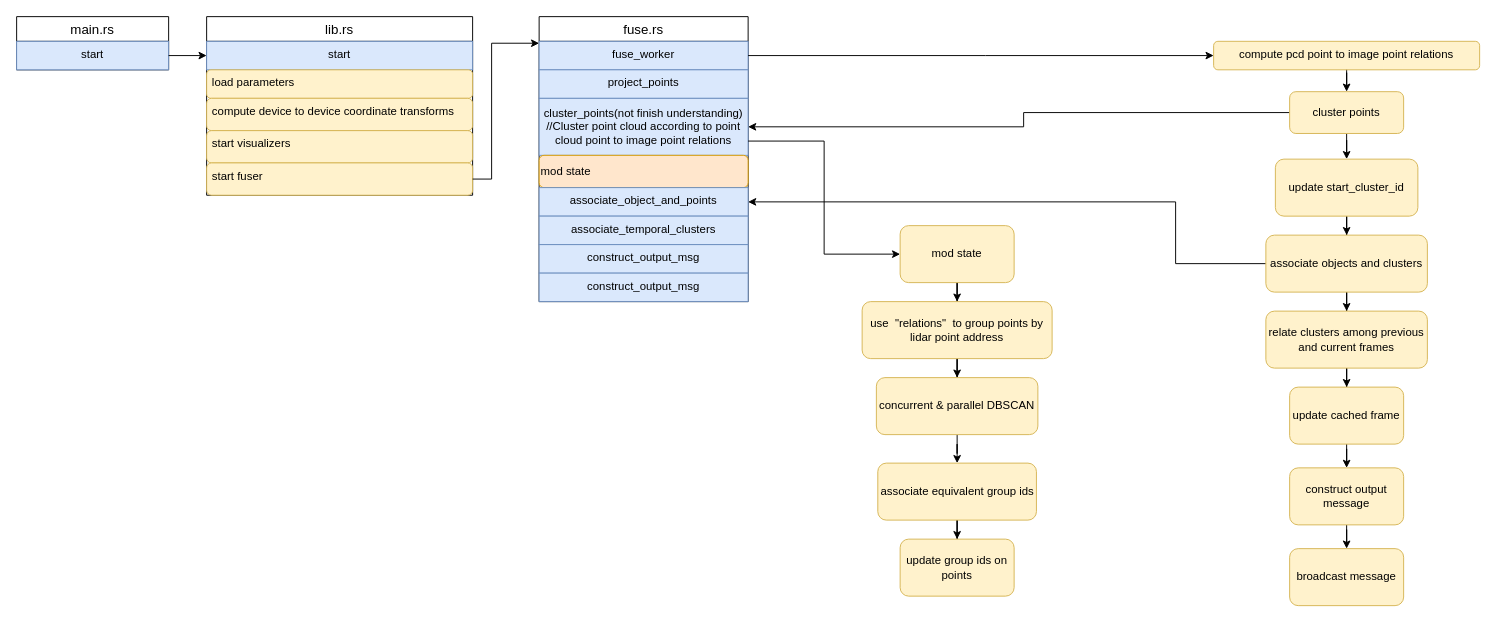
Earlier version of the draw.io diagram sensor_fuse.drawio (YueChuCheng/Wayside_draw). Source tidied: cells renumbered, new cells numbered last; positions are measured from the earlier drawing's top-left corner, leaving out a move shared by most shapes. Both pictures are drawn from the tidied source at 95%, with x=0, y=0 at pixel (16, 16).
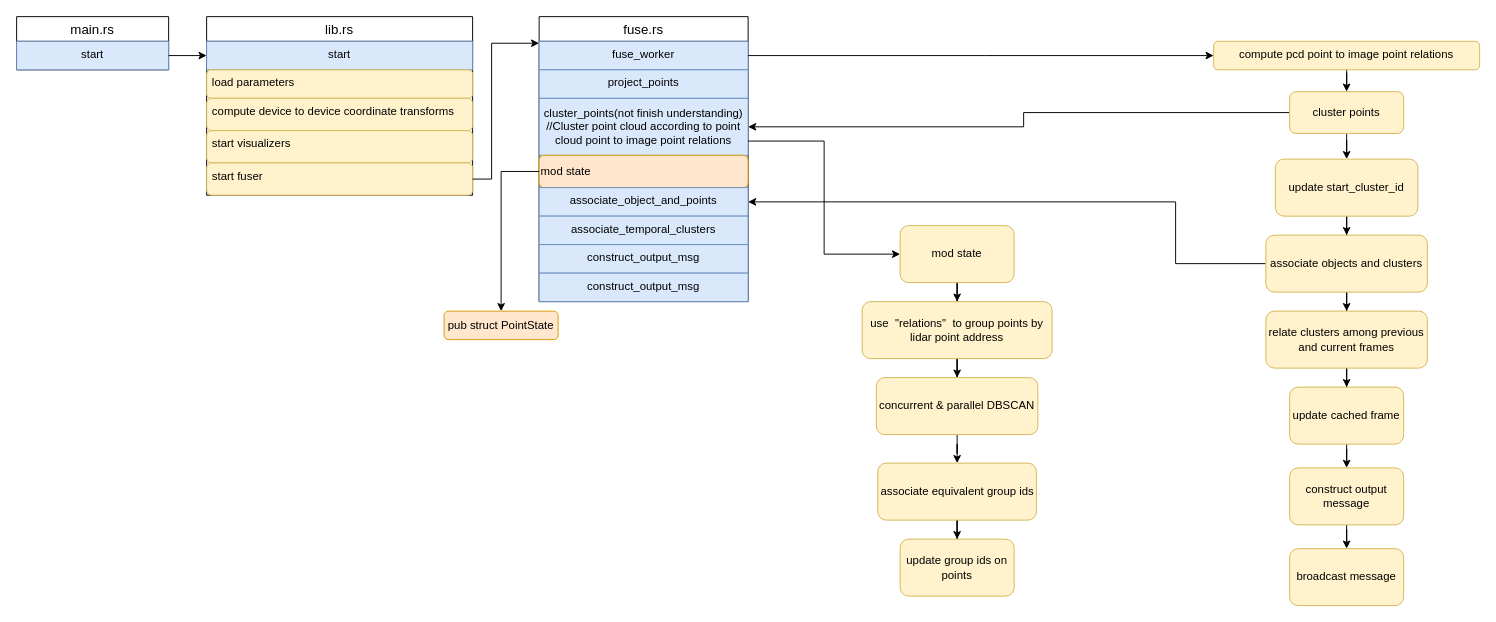
After the change.

The change refers to these unchanged cells:
```xml
<mxCell id="15" value="&lt;span style=&quot;&quot;&gt;mod state&lt;/span&gt;" style="rounded=1;whiteSpace=wrap;html=1;fillColor=#ffe6cc;strokeColor=#d79b00;align=left;" parent="11" vertex="1">
  <mxGeometry y="146" width="220" height="34" as="geometry" />
</mxCell>
```

What changed in the source:
```diff
@@
+    <mxCell id="49" style="edgeStyle=orthogonalEdgeStyle;rounded=0;jettySize=auto;html=1;strokeColor=#000000;" parent="1" edge="1" source="15" target="50">
+      <mxGeometry relative="1" as="geometry">
+        <Array as="points">
+          <mxPoint x="510" y="163" />
+        </Array>
+      </mxGeometry>
+    </mxCell>
+    <mxCell id="50" value="pub struct PointState" style="rounded=1;whiteSpace=wrap;html=1;align=center;fillColor=#ffe6cc;strokeColor=#d79b00;" parent="1" vertex="1">
+      <mxGeometry x="450" y="310" width="120" height="30" as="geometry" />
+    </mxCell>
```
